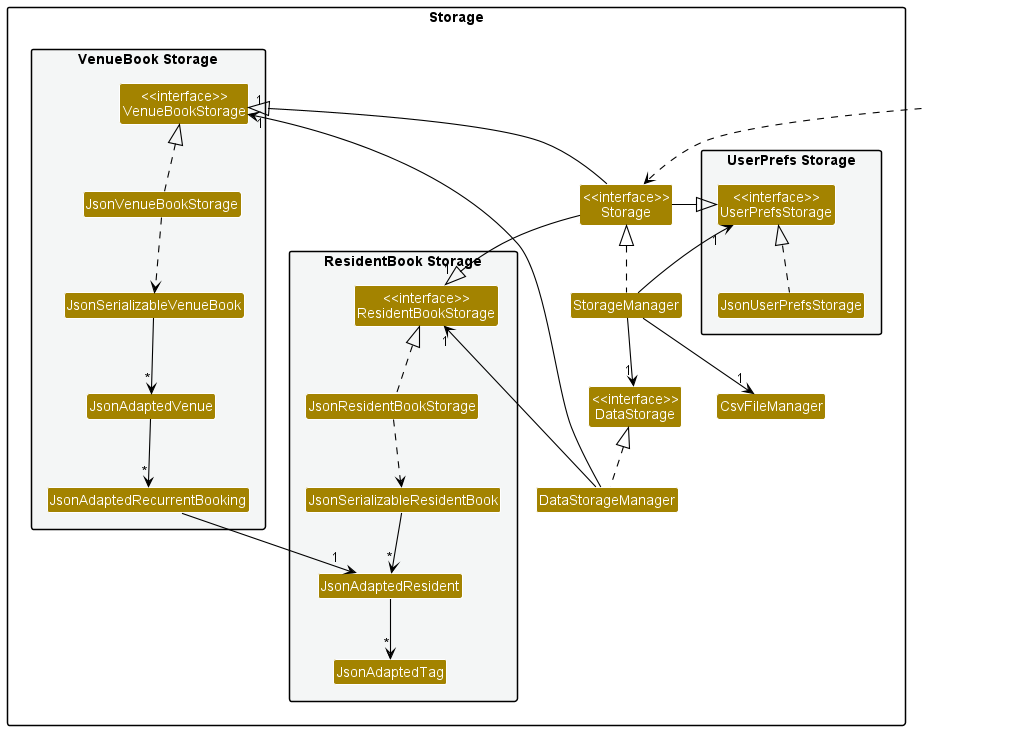
nus-cs2103-AY2223S1/tp keeps this PlantUML diagram as docs/images/StorageClassDiagram.png. Above is the earlier version.
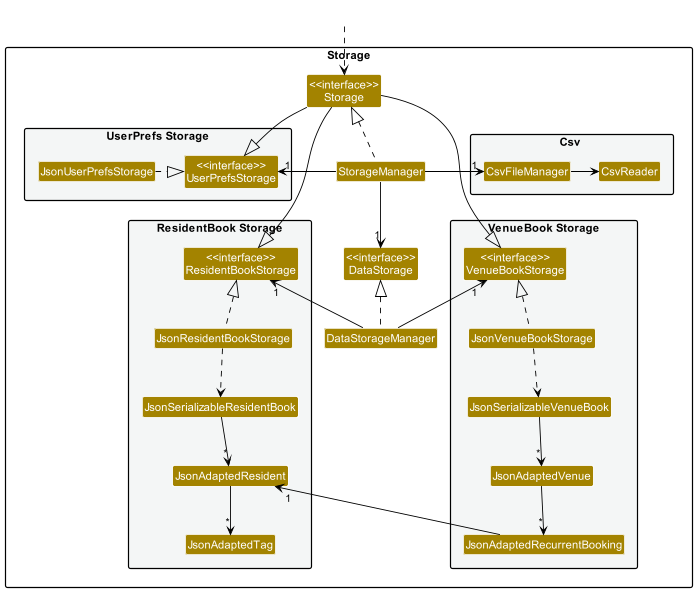
Later version of the same file.

Commit message:
Clean up StorageClassDiagram

The edit, as a diff of the source:
```diff
@@ -27,42 +27,46 @@
 Class JsonVenueBookStorage
 }
 
+package "Csv " #F4F6F6 {
+Class CsvFileManager
+Class CsvReader
+}
+
 Class "<<interface>>\nStorage" as Storage
 Class "<<interface>>\nDataStorage" as DataStorage
 Class StorageManager
-Class CsvFileManager
 Class DataStorageManager
 
 }
 
 Class HiddenOutside #FFFFFF
-HiddenOutside ..> Storage
+HiddenOutside .down.> Storage
 
-StorageManager .up.|> Storage
-StorageManager -up-> "1" UserPrefsStorage
-StorageManager -->  "1" DataStorage
-StorageManager --> "1"CsvFileManager
+StorageManager .up-|> Storage
+StorageManager -right-> "1" UserPrefsStorage
+StorageManager -down->  "1" DataStorage
+StorageManager -right-> "1"CsvFileManager
+
+JsonUserPrefsStorage .right.|> UserPrefsStorage
+CsvFileManager -right> CsvReader
 
 DataStorageManager .up.|> DataStorage
-DataStorageManager --> "1" ResidentBookStorage
-DataStorageManager --> "1" VenueBookStorage
+DataStorageManager -up-> "1" ResidentBookStorage
+DataStorageManager -up-> "1" VenueBookStorage
 
+Storage -down--|> VenueBookStorage
+Storage -down--|> ResidentBookStorage
+Storage -down-|> UserPrefsStorage
 
-Storage -up-|> "1" VenueBookStorage
-Storage -up-|> "1"ResidentBookStorage
-
-Storage -left-|> UserPrefsStorage
-
-JsonUserPrefsStorage .up.|> UserPrefsStorage
 JsonResidentBookStorage .up.|> ResidentBookStorage
-JsonResidentBookStorage ..> JsonSerializableResidentBook
-JsonSerializableResidentBook --> "*" JsonAdaptedResident
-JsonAdaptedResident --> "*" JsonAdaptedTag
+JsonResidentBookStorage .down.> JsonSerializableResidentBook
+JsonSerializableResidentBook -down-> "*" JsonAdaptedResident
+JsonAdaptedResident -down-> "*" JsonAdaptedTag
 
 JsonVenueBookStorage .up.|> VenueBookStorage
-JsonVenueBookStorage ..> JsonSerializableVenueBook
-JsonSerializableVenueBook --> "*" JsonAdaptedVenue
-JsonAdaptedVenue --> "*" JsonAdaptedRecurrentBooking
-JsonAdaptedRecurrentBooking --> "1" JsonAdaptedResident
+JsonVenueBookStorage .down.> JsonSerializableVenueBook
+JsonSerializableVenueBook -down-> "*" JsonAdaptedVenue
+JsonAdaptedVenue -down-> "*" JsonAdaptedRecurrentBooking
+JsonAdaptedRecurrentBooking -left-> "1" JsonAdaptedResident
 
 @enduml
```
